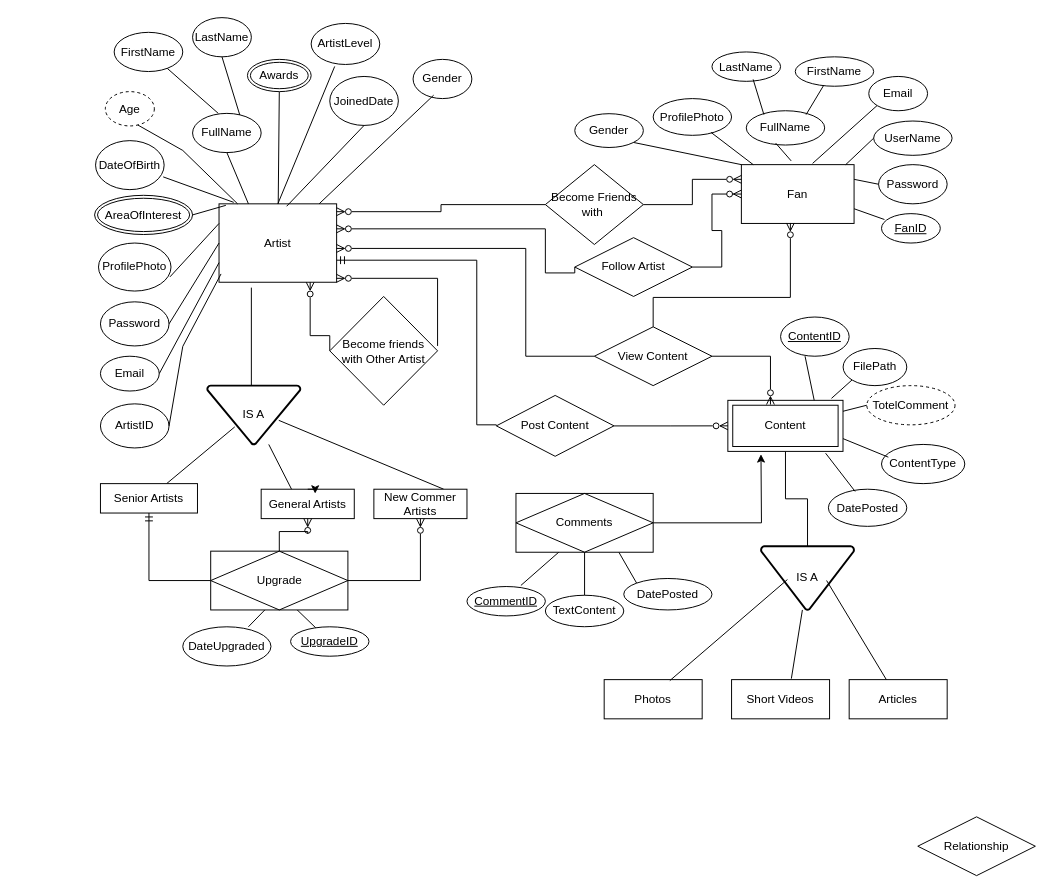
deleshan/puthurep keeps this draw.io diagram as Untitled Diagram.drawio. Above is the earlier version. Source tidied: cells renumbered, new cells numbered last; positions are measured from the earlier drawing's top-left corner, leaving out a move shared by most shapes. Both pictures are drawn from the tidied source at 98%, with x=0, y=0 at pixel (94, 17).
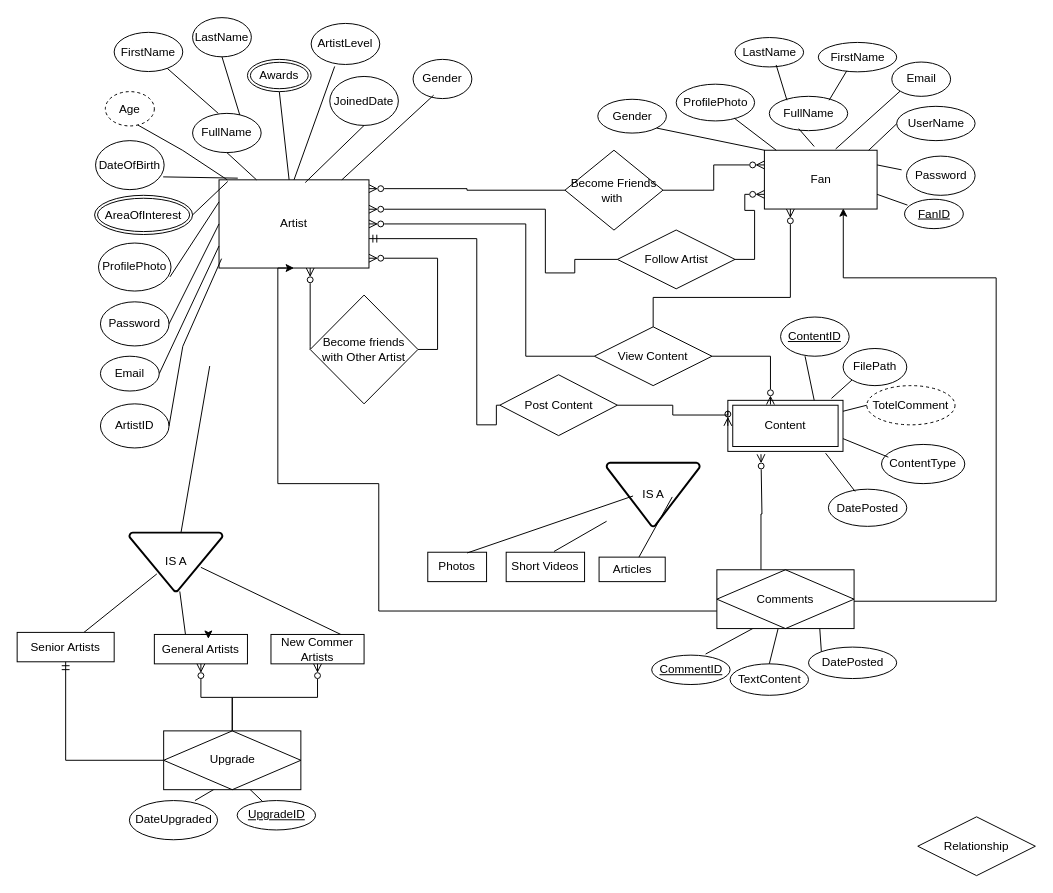
Above is the later version.

Unchanged cells that the change refers to:
```xml
<mxCell id="51" value="Content" style="shape=ext;margin=3;double=1;whiteSpace=wrap;html=1;align=center;" parent="1" vertex="1">
  <mxGeometry x="646.2" y="391" width="117.5" height="52.1" as="geometry" />
</mxCell>
<mxCell id="78" value="View Content" style="shape=rhombus;perimeter=rhombusPerimeter;whiteSpace=wrap;html=1;align=center;" parent="1" vertex="1">
  <mxGeometry x="510" y="316" width="120" height="60" as="geometry" />
</mxCell>
```

Change to the diagram source:
```diff
@@
     <mxCell id="2" value="Artist" style="rounded=0;whiteSpace=wrap;html=1;" parent="1" vertex="1">
-      <mxGeometry x="127" y="190.5" width="120" height="80" as="geometry" />
+      <mxGeometry x="127" y="166" width="153" height="90" as="geometry" />
     </mxCell>
     <mxCell id="3" value="Fan" style="rounded=0;whiteSpace=wrap;html=1;" parent="1" vertex="1">
-      <mxGeometry x="660" y="150.5" width="115" height="60" as="geometry" />
+      <mxGeometry x="683.5" y="135.8" width="115" height="60" as="geometry" />
     </mxCell>
@@
     <mxCell id="32" value="FanID" style="ellipse;whiteSpace=wrap;html=1;align=center;fontStyle=4;" parent="1" vertex="1">
-      <mxGeometry x="803" y="200.5" width="60" height="30" as="geometry" />
+      <mxGeometry x="826.5" y="185.8" width="60" height="30" as="geometry" />
     </mxCell>
     <mxCell id="33" value="Password" style="ellipse;whiteSpace=wrap;html=1;align=center;" parent="1" vertex="1">
-      <mxGeometry x="800" y="150.5" width="70" height="40" as="geometry" />
+      <mxGeometry x="828.5" y="141.8" width="70" height="40" as="geometry" />
     </mxCell>
     <mxCell id="34" value="FullName" style="ellipse;whiteSpace=wrap;html=1;align=center;" parent="1" vertex="1">
-      <mxGeometry x="665" y="95.5" width="80" height="35" as="geometry" />
+      <mxGeometry x="688.5" y="80.8" width="80" height="35" as="geometry" />
     </mxCell>
     <mxCell id="35" value="Email" style="ellipse;whiteSpace=wrap;html=1;align=center;" parent="1" vertex="1">
-      <mxGeometry x="790" y="60.5" width="60" height="35" as="geometry" />
+      <mxGeometry x="813.5" y="45.8" width="60" height="35" as="geometry" />
     </mxCell>
     <mxCell id="36" value="UserName" style="ellipse;whiteSpace=wrap;html=1;align=center;" parent="1" vertex="1">
-      <mxGeometry x="795" y="106" width="80" height="35" as="geometry" />
+      <mxGeometry x="818.5" y="91" width="80" height="35" as="geometry" />
     </mxCell>
     <mxCell id="37" value="FirstName" style="ellipse;whiteSpace=wrap;html=1;align=center;" parent="1" vertex="1">
-      <mxGeometry x="715" y="40.5" width="80" height="30" as="geometry" />
+      <mxGeometry x="738.5" y="25.8" width="80" height="30" as="geometry" />
     </mxCell>
     <mxCell id="38" value="LastName" style="ellipse;whiteSpace=wrap;html=1;align=center;" parent="1" vertex="1">
-      <mxGeometry x="630" y="35.5" width="70" height="30" as="geometry" />
+      <mxGeometry x="653.5" y="20.8" width="70" height="30" as="geometry" />
     </mxCell>
     <mxCell id="39" value="ProfilePhoto" style="ellipse;whiteSpace=wrap;html=1;align=center;" parent="1" vertex="1">
-      <mxGeometry x="570" y="83.1" width="80" height="37.5" as="geometry" />
+      <mxGeometry x="593.5" y="68.4" width="80" height="37.5" as="geometry" />
     </mxCell>
     <mxCell id="40" value="Gender" style="ellipse;whiteSpace=wrap;html=1;align=center;" parent="1" vertex="1">
-      <mxGeometry x="490" y="98.5" width="70" height="34.5" as="geometry" />
+      <mxGeometry x="513.5" y="83.8" width="70" height="34.5" as="geometry" />
     </mxCell>
@@
-    <mxCell id="47" style="endArrow=none;html=1;rounded=0;entryX=0.926;entryY=0;entryDx=0;entryDy=0;entryPerimeter=0;exitX=0;exitY=0.5;exitDx=0;exitDy=0;" parent="1" edge="1" source="36" target="3">
-      <mxGeometry relative="1" as="geometry" />
+    <mxCell id="47" style="endArrow=none;html=1;rounded=0;entryX=0.926;entryY=0;entryDx=0;entryDy=0;entryPerimeter=0;exitX=0;exitY=0.5;exitDx=0;exitDy=0;" parent="1" edge="1" target="3">
+      <mxGeometry relative="1" as="geometry">
+        <mxPoint x="818.5" y="108.8" as="sourcePoint" />
+      </mxGeometry>
     </mxCell>
-    <mxCell id="48" style="endArrow=none;html=1;rounded=0;entryX=1;entryY=0.25;entryDx=0;entryDy=0;exitX=0;exitY=0.5;exitDx=0;exitDy=0;" parent="1" edge="1" source="33" target="3">
-      <mxGeometry relative="1" as="geometry" />
+    <mxCell id="48" style="endArrow=none;html=1;rounded=0;entryX=1;entryY=0.25;entryDx=0;entryDy=0;exitX=0;exitY=0.5;exitDx=0;exitDy=0;" parent="1" edge="1" target="3">
+      <mxGeometry relative="1" as="geometry">
+        <mxPoint x="823.5" y="155.8" as="sourcePoint" />
+      </mxGeometry>
     </mxCell>
@@
-    <mxCell id="50" style="edgeStyle=orthogonalEdgeStyle;rounded=0;jettySize=auto;html=1;endArrow=none;endFill=0;" parent="1" edge="1" source="51" target="105">
-      <mxGeometry relative="1" as="geometry" />
-    </mxCell>
@@
     <mxCell id="63" value="DatePosted" style="ellipse;whiteSpace=wrap;html=1;align=center;" parent="1" vertex="1">
-      <mxGeometry x="540" y="572.8" width="90" height="32.1" as="geometry" />
+      <mxGeometry x="728.5" y="642.8" width="90" height="32.1" as="geometry" />
     </mxCell>
     <mxCell id="64" value="TextContent" style="ellipse;whiteSpace=wrap;html=1;align=center;" parent="1" vertex="1">
-      <mxGeometry x="460" y="589.9" width="80" height="32.1" as="geometry" />
+      <mxGeometry x="648.5" y="659.9" width="80" height="32.1" as="geometry" />
     </mxCell>
     <mxCell id="65" value="CommentID" style="ellipse;whiteSpace=wrap;html=1;align=center;fontStyle=4;" parent="1" vertex="1">
-      <mxGeometry x="380" y="581" width="80" height="30" as="geometry" />
+      <mxGeometry x="568.5" y="651" width="80" height="30" as="geometry" />
     </mxCell>
     <mxCell id="66" style="endArrow=none;html=1;rounded=0;exitX=0.875;exitY=0.202;exitDx=0;exitDy=0;exitPerimeter=0;entryX=0.393;entryY=0.833;entryDx=0;entryDy=0;entryPerimeter=0;" parent="1" edge="1" target="104">
       <mxGeometry relative="1" as="geometry">
-        <mxPoint x="435" y="579.9" as="sourcePoint" />
+        <mxPoint x="623.5" y="649.9" as="sourcePoint" />
       </mxGeometry>
     </mxCell>
@@
     <mxCell id="69" value="UpgradeID" style="ellipse;whiteSpace=wrap;html=1;align=center;fontStyle=4;" parent="1" vertex="1">
-      <mxGeometry x="200" y="622.1" width="80" height="30" as="geometry" />
+      <mxGeometry x="145.5" y="799.4" width="80" height="30" as="geometry" />
     </mxCell>
     <mxCell id="70" value="DateUpgraded" style="ellipse;whiteSpace=wrap;html=1;align=center;" parent="1" vertex="1">
-      <mxGeometry x="90" y="622.1" width="90" height="40" as="geometry" />
+      <mxGeometry x="35.5" y="799.4" width="90" height="40" as="geometry" />
     </mxCell>
@@
     <mxCell id="73" style="edgeStyle=orthogonalEdgeStyle;rounded=0;jettySize=auto;html=1;exitX=0;exitY=0.5;exitDx=0;exitDy=0;endArrow=ERmandOne;endFill=0;" parent="1" edge="1" source="75" target="2">
       <mxGeometry relative="1" as="geometry">
         <Array as="points">
           <mxPoint x="410" y="416" />
           <mxPoint x="390" y="416" />
-          <mxPoint x="390" y="248" />
+          <mxPoint x="390" y="226" />
         </Array>
       </mxGeometry>
     </mxCell>
     <mxCell id="74" style="edgeStyle=orthogonalEdgeStyle;rounded=0;jettySize=auto;html=1;entryX=0;entryY=0.5;entryDx=0;entryDy=0;endArrow=ERzeroToMany;endFill=0;" parent="1" edge="1" source="75" target="51">
-      <mxGeometry relative="1" as="geometry" />
+      <mxGeometry relative="1" as="geometry">
+        <Array as="points">
+          <mxPoint x="590" y="396" />
+          <mxPoint x="590" y="406" />
+          <mxPoint x="646" y="406" />
+        </Array>
+      </mxGeometry>
     </mxCell>
     <mxCell id="75" value="Post Content" style="shape=rhombus;perimeter=rhombusPerimeter;whiteSpace=wrap;html=1;align=center;rotation=0;" parent="1" vertex="1">
-      <mxGeometry x="410" y="386" width="120" height="62.1" as="geometry" />
+      <mxGeometry x="413.5" y="364.9" width="120" height="62.1" as="geometry" />
     </mxCell>
@@
     <mxCell id="77" style="edgeStyle=orthogonalEdgeStyle;rounded=0;jettySize=auto;html=1;endArrow=ERzeroToMany;endFill=0;" parent="1" edge="1" source="78" target="2">
       <mxGeometry relative="1" as="geometry">
         <Array as="points">
           <mxPoint x="440" y="346" />
-          <mxPoint x="440" y="236" />
+          <mxPoint x="440" y="211" />
         </Array>
       </mxGeometry>
     </mxCell>
@@
     <mxCell id="81" value="Become Friends with&amp;nbsp;" style="shape=rhombus;perimeter=rhombusPerimeter;whiteSpace=wrap;html=1;align=center;" parent="1" vertex="1">
-      <mxGeometry x="460" y="150.5" width="100" height="81.5" as="geometry" />
+      <mxGeometry x="480" y="135.8" width="100" height="81.5" as="geometry" />
     </mxCell>
-    <mxCell id="82" style="edgeStyle=orthogonalEdgeStyle;rounded=0;orthogonalLoop=1;jettySize=auto;html=1;exitX=1;exitY=0.5;exitDx=0;exitDy=0;endArrow=ERzeroToMany;endFill=0;" parent="1" edge="1">
+    <mxCell id="82" style="edgeStyle=orthogonalEdgeStyle;rounded=0;jettySize=auto;html=1;exitX=1;exitY=0.5;exitDx=0;exitDy=0;endArrow=ERzeroToMany;endFill=0;" parent="1" edge="1" source="84" target="2">
       <mxGeometry relative="1" as="geometry">
-        <mxPoint x="350" y="335.5" as="sourcePoint" />
-        <mxPoint x="247" y="266.5" as="targetPoint" />
         <Array as="points">
-          <mxPoint x="350" y="266.5" />
+          <mxPoint x="350" y="339" />
+          <mxPoint x="350" y="246" />
         </Array>
       </mxGeometry>
     </mxCell>
     <mxCell id="83" style="edgeStyle=orthogonalEdgeStyle;rounded=0;jettySize=auto;html=1;exitX=0;exitY=0.5;exitDx=0;exitDy=0;endArrow=ERzeroToMany;endFill=0;" parent="1" edge="1" source="84" target="2">
       <mxGeometry relative="1" as="geometry">
         <Array as="points">
-          <mxPoint x="240" y="325" />
-          <mxPoint x="220" y="325" />
+          <mxPoint x="220" y="336" />
+          <mxPoint x="220" y="336" />
         </Array>
       </mxGeometry>
     </mxCell>
     <mxCell id="84" value="Become friends with Other Artist" style="shape=rhombus;perimeter=rhombusPerimeter;whiteSpace=wrap;html=1;align=center;" parent="1" vertex="1">
-      <mxGeometry x="240" y="285" width="110" height="111" as="geometry" />
+      <mxGeometry x="220" y="283.6" width="110" height="111" as="geometry" />
     </mxCell>
+    <mxCell id="86" style="edgeStyle=orthogonalEdgeStyle;rounded=0;jettySize=auto;html=1;entryX=0;entryY=0.75;entryDx=0;entryDy=0;endArrow=ERzeroToMany;endFill=0;" parent="1" edge="1" source="85" target="3">
+      <mxGeometry relative="1" as="geometry" />
+    </mxCell>
     <mxCell id="85" value="Follow Artist" style="shape=rhombus;perimeter=rhombusPerimeter;whiteSpace=wrap;html=1;align=center;" parent="1" vertex="1">
-      <mxGeometry x="490" y="225" width="120" height="60" as="geometry" />
+      <mxGeometry x="533.5" y="217.2" width="120" height="60" as="geometry" />
     </mxCell>
-    <mxCell id="86" style="edgeStyle=entityRelationEdgeStyle;fontSize=12;html=1;endArrow=ERzeroToMany;endFill=1;rounded=0;entryX=0;entryY=0.5;entryDx=0;entryDy=0;exitX=1;exitY=0.5;exitDx=0;exitDy=0;" parent="1" edge="1" source="85" target="3">
-      <mxGeometry relative="1" as="geometry">
-        <Array as="points">
-          <mxPoint x="610" y="246" />
-          <mxPoint x="620" y="256" />
-          <mxPoint x="640" y="206" />
-          <mxPoint x="650" y="206" />
-        </Array>
-      </mxGeometry>
-    </mxCell>
     <mxCell id="87" style="edgeStyle=orthogonalEdgeStyle;rounded=0;jettySize=auto;html=1;endArrow=ERzeroToMany;endFill=0;exitX=0;exitY=0.5;exitDx=0;exitDy=0;" parent="1" edge="1" source="85" target="2">
       <mxGeometry relative="1" as="geometry">
         <Array as="points">
+          <mxPoint x="490" y="247" />
           <mxPoint x="490" y="261" />
           <mxPoint x="460" y="261" />
-          <mxPoint x="460" y="216" />
+          <mxPoint x="460" y="196" />
         </Array>
       </mxGeometry>
     </mxCell>
@@
-    <mxCell id="89" style="edgeStyle=orthogonalEdgeStyle;rounded=0;jettySize=auto;html=1;entryX=0.435;entryY=0.992;entryDx=0;entryDy=0;entryPerimeter=0;endArrow=ERzeroToMany;endFill=0;" parent="1" edge="1" source="78" target="3">
+    <mxCell id="89" style="edgeStyle=orthogonalEdgeStyle;rounded=0;jettySize=auto;html=1;endArrow=ERzeroToMany;endFill=0;" parent="1" edge="1" source="78" target="3">
       <mxGeometry relative="1" as="geometry">
         <Array as="points">
           <mxPoint x="570" y="286" />
           <mxPoint x="710" y="286" />
         </Array>
       </mxGeometry>
     </mxCell>
-    <mxCell id="90" style="endArrow=none;html=1;rounded=0;" parent="1" edge="1">
+    <mxCell id="90" style="endArrow=none;html=1;rounded=0;" parent="1" edge="1" source="94">
       <mxGeometry relative="1" as="geometry">
-        <mxPoint x="160" y="436" as="sourcePoint" />
-        <mxPoint x="160" y="276" as="targetPoint" />
+        <mxPoint x="117.5" y="356" as="targetPoint" />
       </mxGeometry>
     </mxCell>
@@
-    <mxCell id="94" value="IS A" style="strokeWidth=2;html=1;shape=mxgraph.flowchart.merge_or_storage;whiteSpace=wrap;" parent="1" vertex="1">
-      <mxGeometry x="115" y="376" width="95" height="60" as="geometry" />
-    </mxCell>
     <mxCell id="95" value="New Commer Artists" style="whiteSpace=wrap;html=1;align=center;" parent="1" vertex="1">
-      <mxGeometry x="285" y="481.7" width="95" height="30" as="geometry" />
+      <mxGeometry x="180" y="629.9" width="95" height="30" as="geometry" />
     </mxCell>
     <mxCell id="96" value="General Artists" style="whiteSpace=wrap;html=1;align=center;" parent="1" vertex="1">
-      <mxGeometry x="170" y="481.7" width="95" height="30" as="geometry" />
+      <mxGeometry x="61" y="629.9" width="95" height="30" as="geometry" />
     </mxCell>
@@
     <mxCell id="98" value="Senior Artists" style="whiteSpace=wrap;html=1;align=center;" parent="1" vertex="1">
-      <mxGeometry x="6" y="476" width="99" height="30" as="geometry" />
+      <mxGeometry x="-79" y="627.8" width="99" height="30" as="geometry" />
     </mxCell>
@@
     <mxCell id="102" value="Upgrade" style="shape=associativeEntity;whiteSpace=wrap;html=1;align=center;" parent="1" vertex="1">
-      <mxGeometry x="118.5" y="544.9" width="140" height="60" as="geometry" />
+      <mxGeometry x="70.5" y="728.3" width="140" height="60" as="geometry" />
     </mxCell>
-    <mxCell id="103" style="edgeStyle=orthogonalEdgeStyle;rounded=0;jettySize=auto;html=1;" parent="1" edge="1" source="104">
+    <mxCell id="103" style="edgeStyle=orthogonalEdgeStyle;rounded=0;jettySize=auto;html=1;endArrow=ERzeroToMany;endFill=0;" parent="1" edge="1" source="104">
       <mxGeometry relative="1" as="geometry">
         <mxPoint x="680" y="446" as="targetPoint" />
+        <Array as="points">
+          <mxPoint x="680" y="507" />
+          <mxPoint x="681" y="507" />
+        </Array>
       </mxGeometry>
     </mxCell>
+    <mxCell id="112" style="edgeStyle=orthogonalEdgeStyle;rounded=0;jettySize=auto;html=1;entryX=0.5;entryY=1;entryDx=0;entryDy=0;" parent="1" edge="1" source="104" target="2">
+      <mxGeometry relative="1" as="geometry">
+        <Array as="points">
+          <mxPoint x="290" y="606" />
+          <mxPoint x="290" y="476" />
+          <mxPoint x="187" y="476" />
+          <mxPoint x="187" y="256" />
+        </Array>
+      </mxGeometry>
+    </mxCell>
     <mxCell id="104" value="Comments" style="shape=associativeEntity;whiteSpace=wrap;html=1;align=center;" parent="1" vertex="1">
-      <mxGeometry x="430" y="486" width="140" height="60" as="geometry" />
+      <mxGeometry x="635" y="563.9" width="140" height="60" as="geometry" />
     </mxCell>
     <mxCell id="105" value="IS A" style="strokeWidth=2;html=1;shape=mxgraph.flowchart.merge_or_storage;whiteSpace=wrap;" parent="1" vertex="1">
-      <mxGeometry x="680" y="539.9" width="95" height="65" as="geometry" />
+      <mxGeometry x="522.5" y="454.6" width="95" height="65" as="geometry" />
     </mxCell>
     <mxCell id="106" value="Articles" style="whiteSpace=wrap;html=1;align=center;" parent="1" vertex="1">
-      <mxGeometry x="770" y="676" width="100" height="40" as="geometry" />
+      <mxGeometry x="514.8" y="551" width="67.5" height="25" as="geometry" />
     </mxCell>
     <mxCell id="107" value="Short Videos" style="whiteSpace=wrap;html=1;align=center;" parent="1" vertex="1">
-      <mxGeometry x="650" y="676" width="100" height="40" as="geometry" />
+      <mxGeometry x="420" y="546" width="80" height="30" as="geometry" />
     </mxCell>
     <mxCell id="108" value="Photos" style="whiteSpace=wrap;html=1;align=center;" parent="1" vertex="1">
-      <mxGeometry x="520" y="676" width="100" height="40" as="geometry" />
+      <mxGeometry x="340" y="546" width="60" height="30" as="geometry" />
     </mxCell>
@@
+    <mxCell id="94" value="IS A" style="strokeWidth=2;html=1;shape=mxgraph.flowchart.merge_or_storage;whiteSpace=wrap;" parent="1" vertex="1">
+      <mxGeometry x="35.5" y="526" width="95" height="60" as="geometry" />
+    </mxCell>
+    <mxCell id="113" style="edgeStyle=orthogonalEdgeStyle;rounded=0;jettySize=auto;html=1;entryX=0.7;entryY=0.988;entryDx=0;entryDy=0;entryPerimeter=0;" parent="1" edge="1" source="104" target="3">
+      <mxGeometry relative="1" as="geometry">
+        <Array as="points">
+          <mxPoint x="920" y="596" />
+          <mxPoint x="920" y="266" />
+          <mxPoint x="764" y="266" />
+        </Array>
+      </mxGeometry>
+    </mxCell>
```
